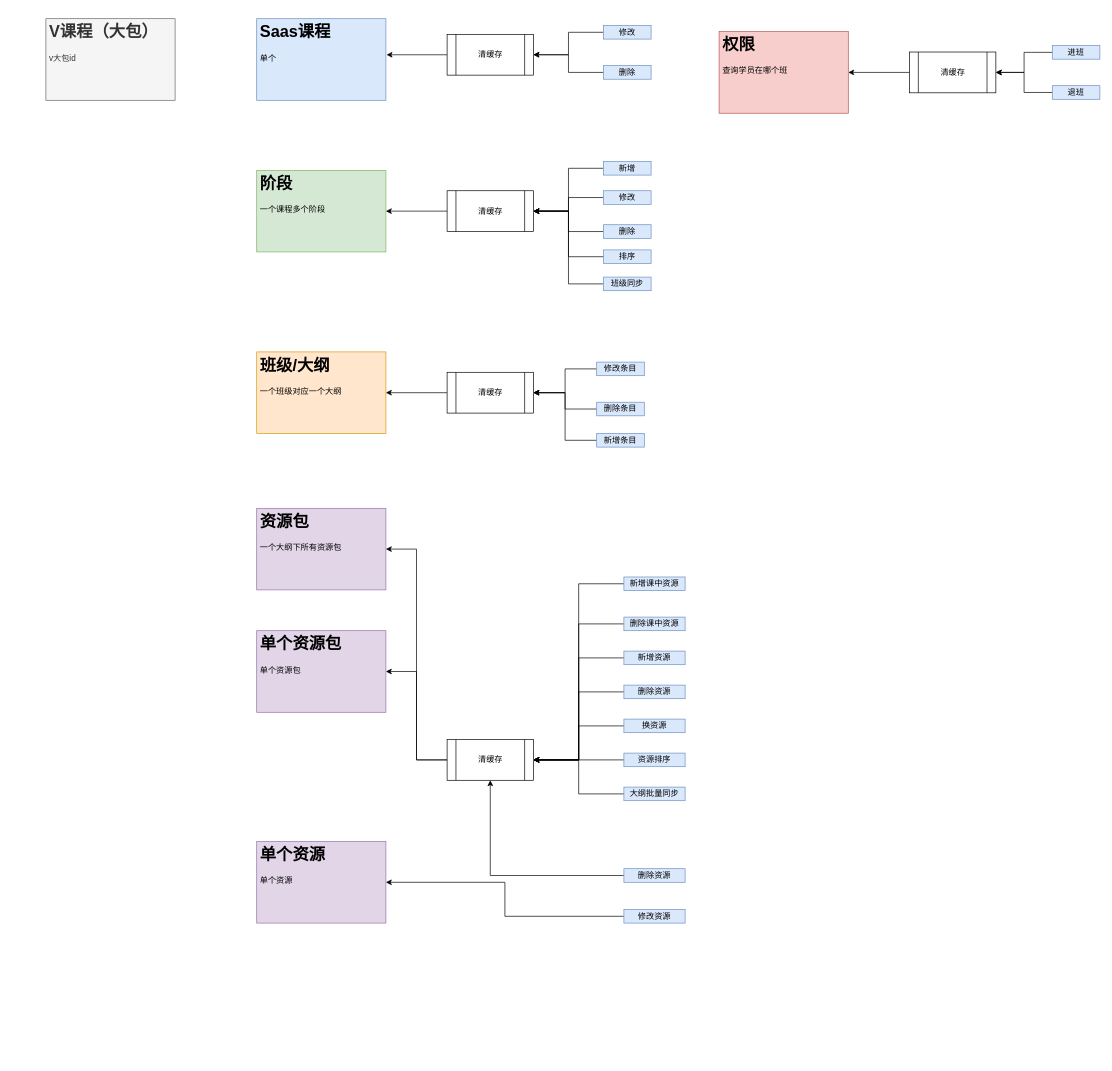
This is Untitled Diagram.drawio from haiyanqi/frontTechnology_BaiDu_Yan, a draw.io file, before an edit. Source tidied: cells renumbered, new cells numbered last; positions are measured from the earlier drawing's top-left corner, leaving out a move shared by most shapes. Both pictures are drawn from the tidied source at 68%, with x=0, y=0 at pixel (46, 18).
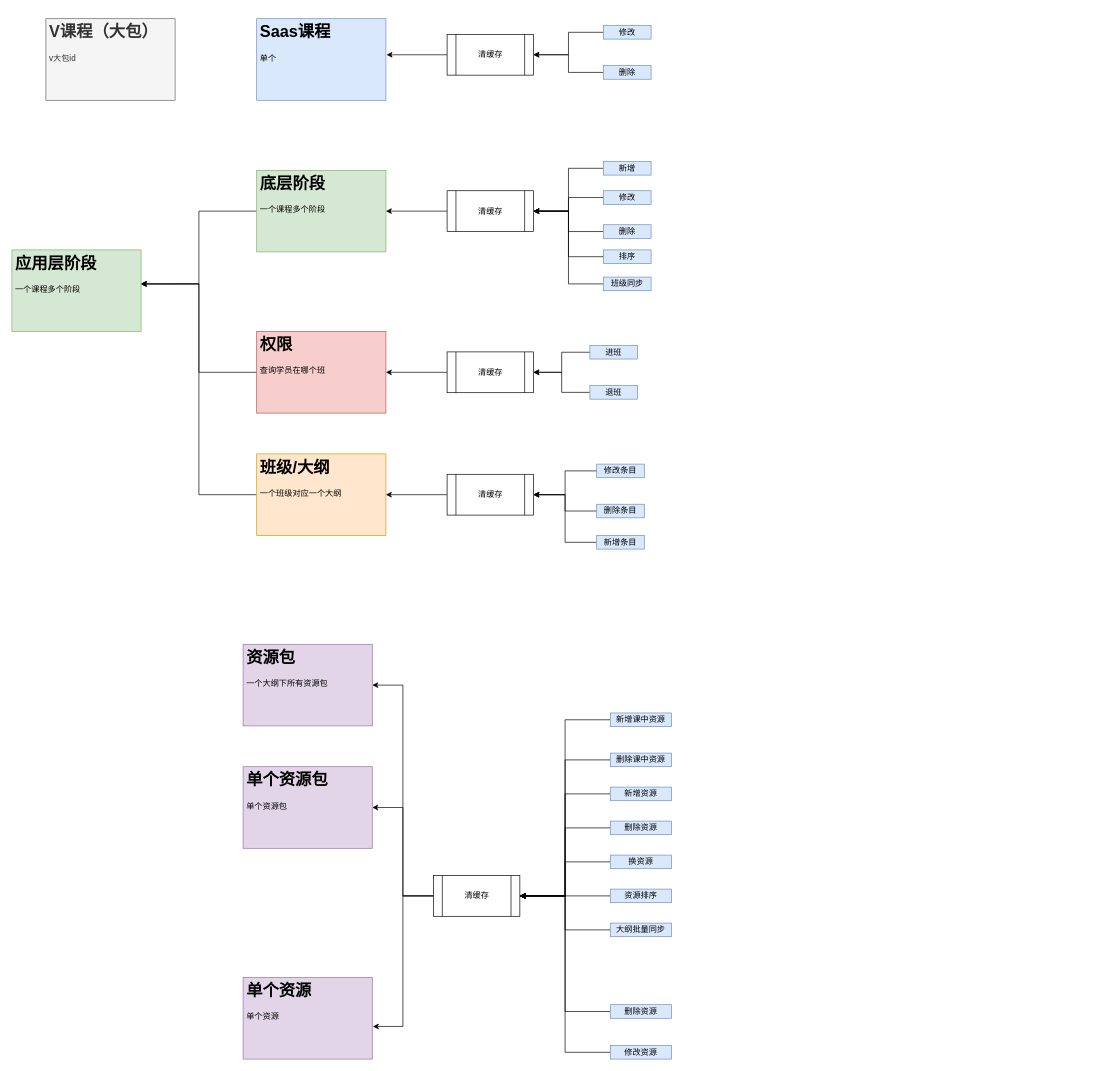
After the change.

What changed in the source:
```diff
@@
+    <mxCell id="63" style="edgeStyle=orthogonalEdgeStyle;rounded=0;jettySize=auto;html=1;entryX=1;entryY=0.417;entryDx=0;entryDy=0;entryPerimeter=0;" parent="1" edge="1" source="4" target="68">
+      <mxGeometry relative="1" as="geometry" />
+    </mxCell>
-    <mxCell id="4" value="&lt;h1&gt;阶段&lt;/h1&gt;&lt;p&gt;一个课程多个阶段&lt;/p&gt;" style="text;html=1;strokeColor=#82b366;fillColor=#d5e8d4;spacing=5;spacingTop=-20;whiteSpace=wrap;overflow=hidden;rounded=0;" parent="1" vertex="1">
+    <mxCell id="4" value="&lt;h1&gt;底层阶段&lt;/h1&gt;&lt;p&gt;一个课程多个阶段&lt;/p&gt;" style="text;html=1;strokeColor=#82b366;fillColor=#d5e8d4;spacing=5;spacingTop=-20;whiteSpace=wrap;overflow=hidden;rounded=0;" parent="1" vertex="1">
       <mxGeometry x="310" y="223" width="190" height="120" as="geometry" />
     </mxCell>
+    <mxCell id="64" style="edgeStyle=orthogonalEdgeStyle;rounded=0;jettySize=auto;html=1;entryX=0.995;entryY=0.417;entryDx=0;entryDy=0;entryPerimeter=0;" parent="1" edge="1" source="5" target="68">
+      <mxGeometry relative="1" as="geometry" />
+    </mxCell>
     <mxCell id="5" value="&lt;h1&gt;班级/大纲&lt;/h1&gt;&lt;p&gt;一个班级对应一个大纲&lt;/p&gt;" style="text;html=1;strokeColor=#d79b00;fillColor=#ffe6cc;spacing=5;spacingTop=-20;whiteSpace=wrap;overflow=hidden;rounded=0;" parent="1" vertex="1">
-      <mxGeometry x="310" y="490" width="190" height="120" as="geometry" />
+      <mxGeometry x="310" y="640" width="190" height="120" as="geometry" />
     </mxCell>
+    <mxCell id="65" style="edgeStyle=orthogonalEdgeStyle;rounded=0;jettySize=auto;html=1;entryX=1;entryY=0.417;entryDx=0;entryDy=0;entryPerimeter=0;" parent="1" edge="1" source="6" target="68">
+      <mxGeometry relative="1" as="geometry" />
+    </mxCell>
     <mxCell id="6" value="&lt;h1&gt;权限&lt;/h1&gt;&lt;p&gt;查询学员在哪个班&lt;/p&gt;" style="text;html=1;strokeColor=#b85450;fillColor=#f8cecc;spacing=5;spacingTop=-20;whiteSpace=wrap;overflow=hidden;rounded=0;" parent="1" vertex="1">
-      <mxGeometry x="990" y="19" width="190" height="120" as="geometry" />
+      <mxGeometry x="310" y="460" width="190" height="120" as="geometry" />
     </mxCell>
     <mxCell id="7" value="&lt;h1&gt;资源包&lt;/h1&gt;&lt;p&gt;一个大纲下所有资源包&lt;/p&gt;" style="text;html=1;strokeColor=#9673a6;fillColor=#e1d5e7;spacing=5;spacingTop=-20;whiteSpace=wrap;overflow=hidden;rounded=0;" parent="1" vertex="1">
-      <mxGeometry x="310" y="720" width="190" height="120" as="geometry" />
+      <mxGeometry x="290" y="920" width="190" height="120" as="geometry" />
     </mxCell>
     <mxCell id="8" value="&lt;h1&gt;单个资源包&lt;/h1&gt;&lt;p&gt;单个资源包&lt;/p&gt;" style="text;html=1;strokeColor=#9673a6;fillColor=#e1d5e7;spacing=5;spacingTop=-20;whiteSpace=wrap;overflow=hidden;rounded=0;" parent="1" vertex="1">
-      <mxGeometry x="310" y="900" width="190" height="120" as="geometry" />
+      <mxGeometry x="290" y="1100" width="190" height="120" as="geometry" />
     </mxCell>
@@
     <mxCell id="22" value="&lt;span&gt;清缓存&lt;/span&gt;" style="shape=process;whiteSpace=wrap;html=1;backgroundOutline=1;" parent="1" vertex="1">
-      <mxGeometry x="590" y="520" width="127" height="60" as="geometry" />
+      <mxGeometry x="590" y="670" width="127" height="60" as="geometry" />
     </mxCell>
@@
     <mxCell id="24" value="修改条目" style="text;html=1;strokeColor=#6c8ebf;fillColor=#dae8fc;align=center;verticalAlign=middle;whiteSpace=wrap;rounded=0;" parent="1" vertex="1">
-      <mxGeometry x="810" y="505" width="70" height="20" as="geometry" />
+      <mxGeometry x="810" y="655" width="70" height="20" as="geometry" />
     </mxCell>
@@
     <mxCell id="26" value="删除条目" style="text;html=1;strokeColor=#6c8ebf;fillColor=#dae8fc;align=center;verticalAlign=middle;whiteSpace=wrap;rounded=0;" parent="1" vertex="1">
-      <mxGeometry x="810" y="564" width="70" height="20" as="geometry" />
+      <mxGeometry x="810" y="714" width="70" height="20" as="geometry" />
     </mxCell>
@@
     <mxCell id="28" value="&lt;span&gt;清缓存&lt;/span&gt;" style="shape=process;whiteSpace=wrap;html=1;backgroundOutline=1;" parent="1" vertex="1">
-      <mxGeometry x="1270" y="49" width="127" height="60" as="geometry" />
+      <mxGeometry x="590" y="490" width="127" height="60" as="geometry" />
     </mxCell>
@@
     <mxCell id="30" value="进班" style="text;html=1;strokeColor=#6c8ebf;fillColor=#dae8fc;align=center;verticalAlign=middle;whiteSpace=wrap;rounded=0;" parent="1" vertex="1">
-      <mxGeometry x="1480" y="39.5" width="70" height="20" as="geometry" />
+      <mxGeometry x="800" y="480.5" width="70" height="20" as="geometry" />
     </mxCell>
@@
     <mxCell id="32" value="退班" style="text;html=1;strokeColor=#6c8ebf;fillColor=#dae8fc;align=center;verticalAlign=middle;whiteSpace=wrap;rounded=0;" parent="1" vertex="1">
-      <mxGeometry x="1480" y="98.5" width="70" height="20" as="geometry" />
+      <mxGeometry x="800" y="539.5" width="70" height="20" as="geometry" />
     </mxCell>
@@
+    <mxCell id="66" style="edgeStyle=orthogonalEdgeStyle;rounded=0;jettySize=auto;html=1;entryX=1.005;entryY=0.6;entryDx=0;entryDy=0;entryPerimeter=0;" parent="1" edge="1" source="35" target="58">
+      <mxGeometry relative="1" as="geometry" />
+    </mxCell>
     <mxCell id="35" value="&lt;span&gt;清缓存&lt;/span&gt;" style="shape=process;whiteSpace=wrap;html=1;backgroundOutline=1;" parent="1" vertex="1">
-      <mxGeometry x="590" y="1060" width="127" height="60" as="geometry" />
+      <mxGeometry x="570" y="1260" width="127" height="60" as="geometry" />
     </mxCell>
@@
     <mxCell id="37" value="新增课中资源" style="text;html=1;strokeColor=#6c8ebf;fillColor=#dae8fc;align=center;verticalAlign=middle;whiteSpace=wrap;rounded=0;" parent="1" vertex="1">
-      <mxGeometry x="850" y="821" width="90" height="20" as="geometry" />
+      <mxGeometry x="830" y="1021" width="90" height="20" as="geometry" />
     </mxCell>
@@
     <mxCell id="39" value="删除课中资源" style="text;html=1;strokeColor=#6c8ebf;fillColor=#dae8fc;align=center;verticalAlign=middle;whiteSpace=wrap;rounded=0;" parent="1" vertex="1">
-      <mxGeometry x="850" y="880" width="90" height="20" as="geometry" />
+      <mxGeometry x="830" y="1080" width="90" height="20" as="geometry" />
     </mxCell>
@@
     <mxCell id="41" value="新增资源" style="text;html=1;strokeColor=#6c8ebf;fillColor=#dae8fc;align=center;verticalAlign=middle;whiteSpace=wrap;rounded=0;" parent="1" vertex="1">
-      <mxGeometry x="850" y="930" width="90" height="20" as="geometry" />
+      <mxGeometry x="830" y="1130" width="90" height="20" as="geometry" />
     </mxCell>
@@
     <mxCell id="43" value="删除资源" style="text;html=1;strokeColor=#6c8ebf;fillColor=#dae8fc;align=center;verticalAlign=middle;whiteSpace=wrap;rounded=0;" parent="1" vertex="1">
-      <mxGeometry x="850" y="980" width="90" height="20" as="geometry" />
+      <mxGeometry x="830" y="1180" width="90" height="20" as="geometry" />
     </mxCell>
@@
     <mxCell id="45" value="换资源" style="text;html=1;strokeColor=#6c8ebf;fillColor=#dae8fc;align=center;verticalAlign=middle;whiteSpace=wrap;rounded=0;" parent="1" vertex="1">
-      <mxGeometry x="850" y="1030" width="90" height="20" as="geometry" />
+      <mxGeometry x="830" y="1230" width="90" height="20" as="geometry" />
     </mxCell>
@@
     <mxCell id="47" value="资源排序" style="text;html=1;strokeColor=#6c8ebf;fillColor=#dae8fc;align=center;verticalAlign=middle;whiteSpace=wrap;rounded=0;" parent="1" vertex="1">
-      <mxGeometry x="850" y="1080" width="90" height="20" as="geometry" />
+      <mxGeometry x="830" y="1280" width="90" height="20" as="geometry" />
     </mxCell>
@@
     <mxCell id="55" value="新增条目" style="text;html=1;strokeColor=#6c8ebf;fillColor=#dae8fc;align=center;verticalAlign=middle;whiteSpace=wrap;rounded=0;" parent="1" vertex="1">
-      <mxGeometry x="810" y="610" width="70" height="20" as="geometry" />
+      <mxGeometry x="810" y="760" width="70" height="20" as="geometry" />
     </mxCell>
@@
     <mxCell id="57" value="大纲批量同步" style="text;html=1;strokeColor=#6c8ebf;fillColor=#dae8fc;align=center;verticalAlign=middle;whiteSpace=wrap;rounded=0;" parent="1" vertex="1">
-      <mxGeometry x="850" y="1130" width="90" height="20" as="geometry" />
+      <mxGeometry x="830" y="1330" width="90" height="20" as="geometry" />
     </mxCell>
     <mxCell id="58" value="&lt;h1&gt;单个资源&lt;/h1&gt;&lt;p&gt;单个资源&lt;/p&gt;" style="text;html=1;strokeColor=#9673a6;fillColor=#e1d5e7;spacing=5;spacingTop=-20;whiteSpace=wrap;overflow=hidden;rounded=0;" parent="1" vertex="1">
-      <mxGeometry x="310" y="1210" width="190" height="120" as="geometry" />
+      <mxGeometry x="290" y="1410" width="190" height="120" as="geometry" />
     </mxCell>
-    <mxCell id="59" style="edgeStyle=orthogonalEdgeStyle;rounded=0;jettySize=auto;html=1;entryX=0.5;entryY=1;entryDx=0;entryDy=0;" parent="1" edge="1" source="60" target="35">
+    <mxCell id="59" style="edgeStyle=orthogonalEdgeStyle;rounded=0;jettySize=auto;html=1;entryX=1;entryY=0.5;entryDx=0;entryDy=0;" parent="1" edge="1" source="60" target="35">
       <mxGeometry relative="1" as="geometry" />
     </mxCell>
     <mxCell id="60" value="删除资源" style="text;html=1;strokeColor=#6c8ebf;fillColor=#dae8fc;align=center;verticalAlign=middle;whiteSpace=wrap;rounded=0;" parent="1" vertex="1">
-      <mxGeometry x="850" y="1250" width="90" height="20" as="geometry" />
+      <mxGeometry x="830" y="1450" width="90" height="20" as="geometry" />
     </mxCell>
-    <mxCell id="61" style="edgeStyle=orthogonalEdgeStyle;rounded=0;jettySize=auto;html=1;" parent="1" edge="1" source="62" target="58">
-      <mxGeometry relative="1" as="geometry" />
-    </mxCell>
+    <mxCell id="67" style="edgeStyle=orthogonalEdgeStyle;rounded=0;jettySize=auto;html=1;entryX=1;entryY=0.5;entryDx=0;entryDy=0;" parent="1" edge="1" source="62" target="35">
+      <mxGeometry relative="1" as="geometry" />
+    </mxCell>
     <mxCell id="62" value="修改资源" style="text;html=1;strokeColor=#6c8ebf;fillColor=#dae8fc;align=center;verticalAlign=middle;whiteSpace=wrap;rounded=0;" parent="1" vertex="1">
-      <mxGeometry x="850" y="1310" width="90" height="20" as="geometry" />
+      <mxGeometry x="830" y="1510" width="90" height="20" as="geometry" />
     </mxCell>
+    <mxCell id="68" value="&lt;h1&gt;应用层阶段&lt;/h1&gt;&lt;p&gt;一个课程多个阶段&lt;/p&gt;" style="text;html=1;strokeColor=#82b366;fillColor=#d5e8d4;spacing=5;spacingTop=-20;whiteSpace=wrap;overflow=hidden;rounded=0;" parent="1" vertex="1">
+      <mxGeometry x="-50" y="340" width="190" height="120" as="geometry" />
+    </mxCell>
```
